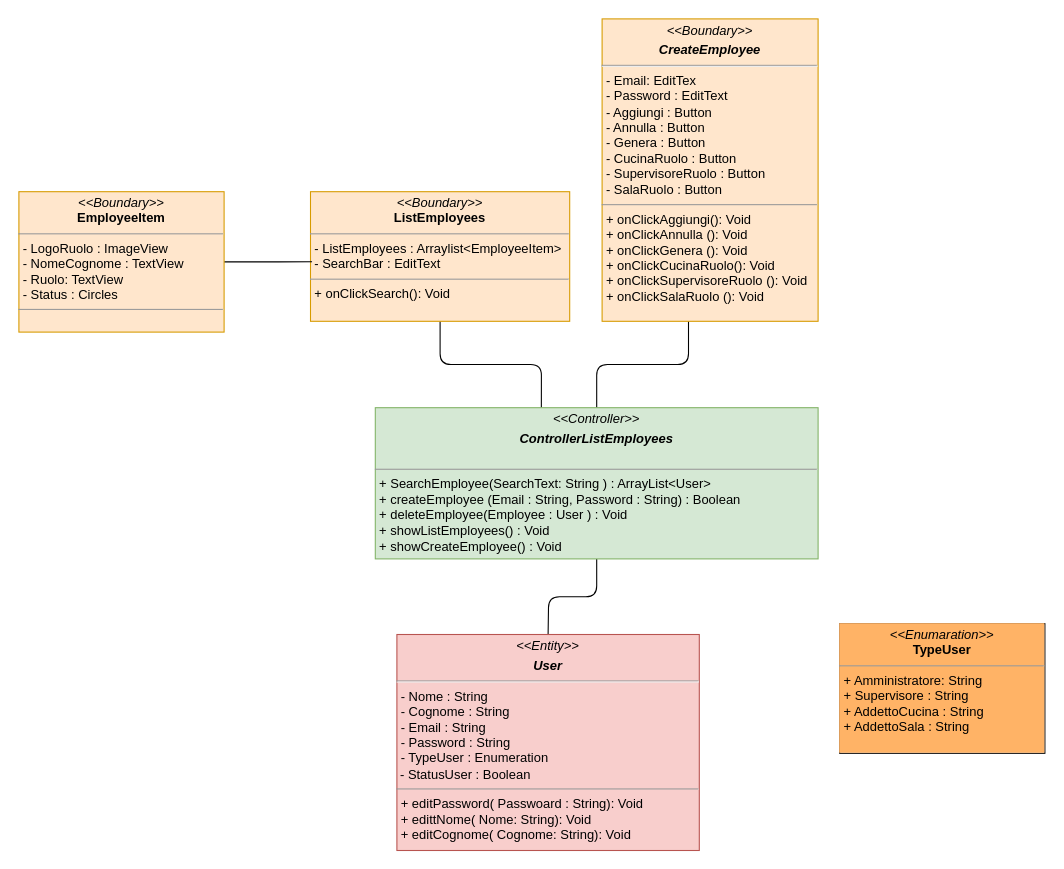
Earlier version of the draw.io diagram page "CreaUtenza" (2 of 8) of Documentazione/Class Diagram/Class Diagram.drawio (Chriss1618/ProgettoINGSW). Source tidied: cells renumbered, new cells numbered last; positions are measured from the earlier drawing's top-left corner, leaving out a move shared by most shapes. Both pictures are drawn from the tidied source at 108%, with x=0, y=0 at pixel (18, 18).
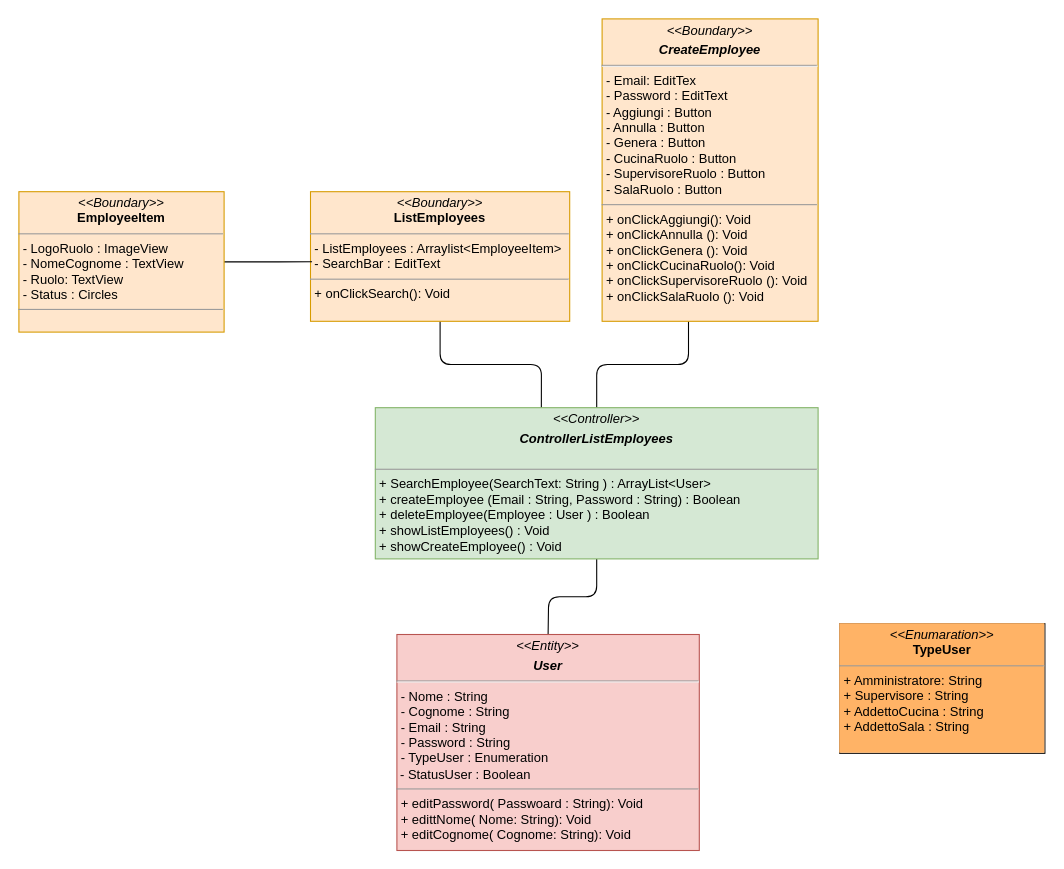
The same page after the edit.

The edit, as a diff of the source:
```diff
@@
 <mxGraphModel>
   <root>
     <mxCell id="0" />
     <mxCell id="1" parent="0" />
     <mxCell id="2" style="edgeStyle=orthogonalEdgeStyle;jettySize=auto;html=1;exitX=0.5;exitY=1;exitDx=0;exitDy=0;entryX=0.375;entryY=0;entryDx=0;entryDy=0;entryPerimeter=0;endArrow=none;endFill=0;rounded=1;" parent="1" edge="1" source="3" target="7">
       <mxGeometry relative="1" as="geometry" />
     </mxCell>
     <mxCell id="3" value="&lt;p style=&quot;margin:0px;margin-top:4px;text-align:center;&quot;&gt;&lt;i&gt;&amp;lt;&amp;lt;Boundary&amp;gt;&amp;gt;&lt;/i&gt;&lt;br&gt;&lt;b&gt;ListEmployees&lt;/b&gt;&lt;/p&gt;&lt;hr size=&quot;1&quot;&gt;&lt;p style=&quot;margin:0px;margin-left:4px;&quot;&gt;- ListEmployees : Arraylist&amp;lt;EmployeeItem&amp;gt;&lt;/p&gt;&lt;p style=&quot;margin:0px;margin-left:4px;&quot;&gt;- SearchBar : EditText&lt;/p&gt;&lt;hr size=&quot;1&quot;&gt;&lt;p style=&quot;margin:0px;margin-left:4px;&quot;&gt;+ onClickSearch(): Void&lt;br&gt;&lt;/p&gt;&lt;p style=&quot;margin:0px;margin-left:4px;&quot;&gt;&lt;br&gt;&lt;/p&gt;" style="verticalAlign=top;align=left;overflow=fill;fontSize=12;fontFamily=Helvetica;html=1;fillColor=#ffe6cc;strokeColor=#d79b00;" parent="1" vertex="1">
       <mxGeometry x="270" y="160" width="240" height="120" as="geometry" />
     </mxCell>
     <mxCell id="4" style="edgeStyle=orthogonalEdgeStyle;jettySize=auto;html=1;strokeColor=default;rounded=1;endArrow=none;endFill=0;" parent="1" edge="1" source="5" target="7">
       <mxGeometry relative="1" as="geometry">
         <Array as="points">
           <mxPoint x="620" y="320" />
           <mxPoint x="535" y="320" />
         </Array>
       </mxGeometry>
     </mxCell>
     <mxCell id="5" value="&lt;p style=&quot;margin:0px;margin-top:4px;text-align:center;&quot;&gt;&lt;i&gt;&amp;lt;&amp;lt;Boundary&amp;gt;&amp;gt;&lt;/i&gt;&lt;br&gt;&lt;/p&gt;&lt;p style=&quot;margin:0px;margin-top:4px;text-align:center;&quot;&gt;&lt;b&gt;&lt;i&gt;CreateEmployee&lt;/i&gt;&lt;/b&gt;&lt;/p&gt;&lt;hr&gt;&lt;p style=&quot;margin:0px;margin-left:4px;&quot;&gt;- Email: EditTex&lt;/p&gt;&lt;p style=&quot;margin:0px;margin-left:4px;&quot;&gt;- Password : EditText&lt;/p&gt;&lt;p style=&quot;margin:0px;margin-left:4px;&quot;&gt;- Aggiungi : Button&lt;/p&gt;&lt;p style=&quot;margin:0px;margin-left:4px;&quot;&gt;- Annulla : Button&lt;br&gt;&lt;/p&gt;&lt;p style=&quot;margin:0px;margin-left:4px;&quot;&gt;- Genera : Button&lt;br&gt;&lt;/p&gt;&lt;p style=&quot;margin:0px;margin-left:4px;&quot;&gt;- CucinaRuolo : Button&lt;br&gt;&lt;/p&gt;&lt;p style=&quot;margin:0px;margin-left:4px;&quot;&gt;- SupervisoreRuolo : Button&lt;br&gt;&lt;/p&gt;&lt;p style=&quot;margin:0px;margin-left:4px;&quot;&gt;- SalaRuolo : Button&lt;br&gt;&lt;/p&gt;&lt;hr size=&quot;1&quot;&gt;&lt;p style=&quot;margin:0px;margin-left:4px;&quot;&gt;+ onClickAggiungi(): Void&lt;br&gt;&lt;/p&gt;&lt;p style=&quot;margin:0px;margin-left:4px;&quot;&gt;+ onClickAnnulla&amp;nbsp;(): Void&lt;br&gt;&lt;/p&gt;&lt;p style=&quot;margin:0px;margin-left:4px;&quot;&gt;+ onClickGenera&amp;nbsp;(): Void&lt;br&gt;&lt;/p&gt;&lt;p style=&quot;margin:0px;margin-left:4px;&quot;&gt;+ onClickCucinaRuolo(): Void&lt;br&gt;&lt;/p&gt;&lt;p style=&quot;margin:0px;margin-left:4px;&quot;&gt;+ onClickSupervisoreRuolo&amp;nbsp;(): Void&lt;br&gt;&lt;/p&gt;&lt;p style=&quot;margin:0px;margin-left:4px;&quot;&gt;+ onClickSalaRuolo&amp;nbsp;(): Void&lt;br&gt;&lt;/p&gt;" style="verticalAlign=top;align=left;overflow=fill;fontSize=12;fontFamily=Helvetica;html=1;fillColor=#ffe6cc;strokeColor=#d79b00;" parent="1" vertex="1">
       <mxGeometry x="540" width="200" height="280" as="geometry" />
     </mxCell>
     <mxCell id="6" style="edgeStyle=orthogonalEdgeStyle;rounded=1;jettySize=auto;html=1;exitX=0.5;exitY=1;exitDx=0;exitDy=0;endArrow=none;endFill=0;entryX=0.5;entryY=0;entryDx=0;entryDy=0;" parent="1" edge="1" source="7">
       <mxGeometry relative="1" as="geometry">
         <mxPoint x="490" y="570" as="targetPoint" />
       </mxGeometry>
     </mxCell>
-    <mxCell id="7" value="&lt;p style=&quot;margin:0px;margin-top:4px;text-align:center;&quot;&gt;&lt;i&gt;&amp;lt;&amp;lt;Controller&amp;gt;&amp;gt;&lt;/i&gt;&lt;br&gt;&lt;/p&gt;&lt;p style=&quot;margin:0px;margin-top:4px;text-align:center;&quot;&gt;&lt;i&gt;&lt;b&gt;ControllerListEmployees&lt;/b&gt;&lt;/i&gt;&lt;/p&gt;&lt;br&gt;&lt;hr size=&quot;1&quot;&gt;&lt;p style=&quot;margin:0px;margin-left:4px;&quot;&gt;+ SearchEmployee(SearchText: String ) : ArrayList&amp;lt;User&amp;gt;&lt;br&gt;&lt;/p&gt;&lt;p style=&quot;margin:0px;margin-left:4px;&quot;&gt;+ createEmployee (Email : String, Password : String) : Boolean&lt;/p&gt;&lt;p style=&quot;margin:0px;margin-left:4px;&quot;&gt;+ deleteEmployee(Employee : User ) : Void&lt;/p&gt;&lt;p style=&quot;margin:0px;margin-left:4px;&quot;&gt;+ showListEmployees() : Void&lt;/p&gt;&lt;p style=&quot;margin:0px;margin-left:4px;&quot;&gt;+ showCreateEmployee() : Void&lt;br&gt;&lt;/p&gt;" style="verticalAlign=top;align=left;overflow=fill;fontSize=12;fontFamily=Helvetica;html=1;fillColor=#d5e8d4;strokeColor=#82b366;" parent="1" vertex="1">
+    <mxCell id="7" value="&lt;p style=&quot;margin:0px;margin-top:4px;text-align:center;&quot;&gt;&lt;i&gt;&amp;lt;&amp;lt;Controller&amp;gt;&amp;gt;&lt;/i&gt;&lt;br&gt;&lt;/p&gt;&lt;p style=&quot;margin:0px;margin-top:4px;text-align:center;&quot;&gt;&lt;i&gt;&lt;b&gt;ControllerListEmployees&lt;/b&gt;&lt;/i&gt;&lt;/p&gt;&lt;br&gt;&lt;hr size=&quot;1&quot;&gt;&lt;p style=&quot;margin:0px;margin-left:4px;&quot;&gt;+ SearchEmployee(SearchText: String ) : ArrayList&amp;lt;User&amp;gt;&lt;br&gt;&lt;/p&gt;&lt;p style=&quot;margin:0px;margin-left:4px;&quot;&gt;+ createEmployee (Email : String, Password : String) : Boolean&lt;/p&gt;&lt;p style=&quot;margin:0px;margin-left:4px;&quot;&gt;+ deleteEmployee(Employee : User ) : Boolean&lt;/p&gt;&lt;p style=&quot;margin:0px;margin-left:4px;&quot;&gt;+ showListEmployees() : Void&lt;/p&gt;&lt;p style=&quot;margin:0px;margin-left:4px;&quot;&gt;+ showCreateEmployee() : Void&lt;br&gt;&lt;/p&gt;" style="verticalAlign=top;align=left;overflow=fill;fontSize=12;fontFamily=Helvetica;html=1;fillColor=#d5e8d4;strokeColor=#82b366;" parent="1" vertex="1">
       <mxGeometry x="330" y="360" width="410" height="140" as="geometry" />
     </mxCell>
     <mxCell id="8" value="&lt;p style=&quot;margin:0px;margin-top:4px;text-align:center;&quot;&gt;&lt;i&gt;&amp;lt;&amp;lt;Entity&amp;gt;&amp;gt;&lt;/i&gt;&lt;br&gt;&lt;/p&gt;&lt;p style=&quot;margin:0px;margin-top:4px;text-align:center;&quot;&gt;&lt;i&gt;&lt;b&gt;User&lt;/b&gt;&lt;/i&gt;&lt;/p&gt;&lt;hr&gt;&lt;p style=&quot;margin:0px;margin-left:4px;&quot;&gt;- Nome : String&lt;br&gt;&lt;/p&gt;&lt;p style=&quot;margin:0px;margin-left:4px;&quot;&gt;- Cognome : String&lt;/p&gt;&lt;p style=&quot;margin:0px;margin-left:4px;&quot;&gt;- Email : String&lt;/p&gt;&lt;p style=&quot;margin:0px;margin-left:4px;&quot;&gt;- Password : String&lt;/p&gt;&lt;p style=&quot;margin:0px;margin-left:4px;&quot;&gt;- TypeUser : Enumeration&lt;/p&gt;&amp;nbsp;- StatusUser : Boolean&lt;br&gt;&lt;hr size=&quot;1&quot;&gt;&lt;p style=&quot;margin:0px;margin-left:4px;&quot;&gt;+ editPassword( Passwoard : String): Void&lt;br&gt;&lt;/p&gt;&lt;p style=&quot;margin:0px;margin-left:4px;&quot;&gt;+ edittNome( Nome: String): Void&lt;br&gt;&lt;/p&gt;&lt;p style=&quot;margin:0px;margin-left:4px;&quot;&gt;+ editCognome( Cognome: String): Void&lt;br&gt;&lt;/p&gt;" style="verticalAlign=top;align=left;overflow=fill;fontSize=12;fontFamily=Helvetica;html=1;fillColor=#f8cecc;strokeColor=#b85450;" parent="1" vertex="1">
       <mxGeometry x="350" y="570" width="280" height="200" as="geometry" />
     </mxCell>
     <mxCell id="9" value="&lt;p style=&quot;margin:0px;margin-top:4px;text-align:center;&quot;&gt;&lt;i&gt;&amp;lt;&amp;lt;Enumaration&amp;gt;&amp;gt;&lt;/i&gt;&lt;br&gt;&lt;b&gt;TypeUser&lt;/b&gt;&lt;/p&gt;&lt;hr size=&quot;1&quot;&gt;&lt;p style=&quot;margin:0px;margin-left:4px;&quot;&gt;+ Amministratore: String&lt;br&gt;+ Supervisore : String&lt;/p&gt;&lt;p style=&quot;margin:0px;margin-left:4px;&quot;&gt;+ AddettoCucina : String&lt;/p&gt;&lt;p style=&quot;margin:0px;margin-left:4px;&quot;&gt;+ AddettoSala : String&lt;br&gt;&lt;/p&gt;" style="verticalAlign=top;align=left;overflow=fill;fontSize=12;fontFamily=Helvetica;html=1;labelBackgroundColor=#FFB366;" parent="1" vertex="1">
       <mxGeometry x="760" y="560" width="190" height="120" as="geometry" />
     </mxCell>
     <mxCell id="10" style="edgeStyle=orthogonalEdgeStyle;rounded=1;jettySize=auto;html=1;exitX=1;exitY=0.5;exitDx=0;exitDy=0;entryX=0.006;entryY=0.541;entryDx=0;entryDy=0;entryPerimeter=0;endArrow=none;endFill=0;" parent="1" edge="1" source="11" target="3">
       <mxGeometry relative="1" as="geometry" />
     </mxCell>
     <mxCell id="11" value="&lt;p style=&quot;margin:0px;margin-top:4px;text-align:center;&quot;&gt;&lt;i&gt;&amp;lt;&amp;lt;Boundary&amp;gt;&amp;gt;&lt;/i&gt;&lt;br&gt;&lt;b&gt;EmployeeItem&lt;/b&gt;&lt;/p&gt;&lt;hr size=&quot;1&quot;&gt;&lt;p style=&quot;margin:0px;margin-left:4px;&quot;&gt;- LogoRuolo : ImageView&lt;/p&gt;&lt;p style=&quot;margin:0px;margin-left:4px;&quot;&gt;- NomeCognome : TextView&lt;br&gt;- Ruolo: TextView&lt;br&gt;&lt;/p&gt;&lt;p style=&quot;margin:0px;margin-left:4px;&quot;&gt;- Status : Circles&lt;/p&gt;&lt;hr size=&quot;1&quot;&gt;&lt;p style=&quot;margin:0px;margin-left:4px;&quot;&gt;&lt;br&gt;&lt;/p&gt;&lt;p style=&quot;margin:0px;margin-left:4px;&quot;&gt;&lt;br&gt;&lt;/p&gt;" style="verticalAlign=top;align=left;overflow=fill;fontSize=12;fontFamily=Helvetica;html=1;fillColor=#ffe6cc;strokeColor=#d79b00;" parent="1" vertex="1">
       <mxGeometry y="160" width="190" height="130" as="geometry" />
     </mxCell>
   </root>
 </mxGraphModel>
```
